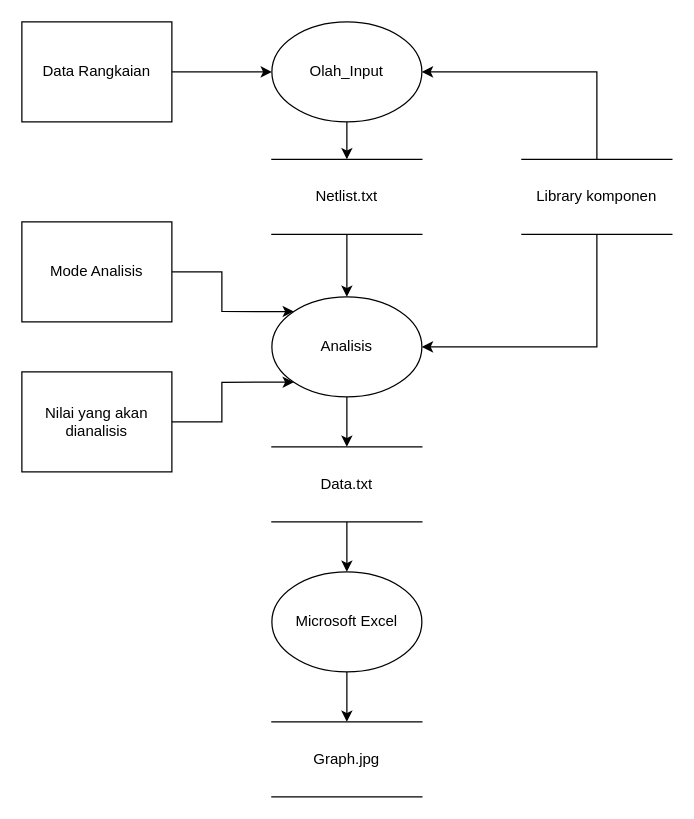
The draw.io diagram page "Level_0" (1 of 3) of Data Flow Diagram.drawio in Lucranix28/TugasBesarPMC-LTSpice, before the edit. Source tidied: cells renumbered, new cells numbered last; positions are measured from the earlier drawing's top-left corner, leaving out a move shared by most shapes. Both pictures are drawn from the tidied source at 125%, with x=0, y=0 at pixel (21, 21).
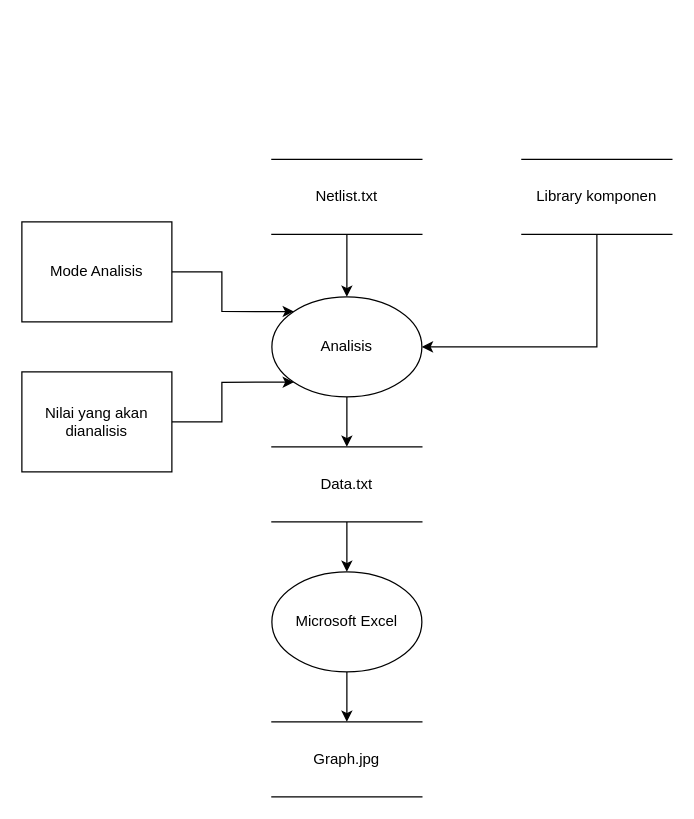
The same page after the edit.

The change refers to these unchanged cells:
```xml
<mxCell id="6" value="Netlist.txt" style="shape=partialRectangle;whiteSpace=wrap;html=1;left=0;right=0;fillColor=none;" parent="1" vertex="1">
  <mxGeometry x="200" y="110" width="120" height="60" as="geometry" />
</mxCell>
<mxCell id="21" value="Library komponen" style="shape=partialRectangle;whiteSpace=wrap;html=1;left=0;right=0;fillColor=none;" parent="1" vertex="1">
  <mxGeometry x="400" y="110" width="120" height="60" as="geometry" />
</mxCell>
```

What changed in the source:
```diff
@@
-    <mxCell id="2" style="edgeStyle=orthogonalEdgeStyle;rounded=0;jettySize=auto;html=1;exitX=1;exitY=0.5;exitDx=0;exitDy=0;entryX=0;entryY=0.5;entryDx=0;entryDy=0;" parent="1" edge="1" source="3" target="11">
-      <mxGeometry relative="1" as="geometry" />
-    </mxCell>
-    <mxCell id="3" value="Data Rangkaian" style="rounded=0;whiteSpace=wrap;html=1;" parent="1" vertex="1">
-      <mxGeometry width="120" height="80" as="geometry" />
-    </mxCell>
-    <mxCell id="4" style="edgeStyle=orthogonalEdgeStyle;rounded=0;jettySize=auto;html=1;exitX=0.5;exitY=1;exitDx=0;exitDy=0;entryX=0.5;entryY=0;entryDx=0;entryDy=0;" parent="1" edge="1" source="11" target="6">
-      <mxGeometry relative="1" as="geometry" />
-    </mxCell>
@@
-    <mxCell id="11" value="Olah_Input" style="ellipse;whiteSpace=wrap;html=1;" parent="1" vertex="1">
-      <mxGeometry x="200" width="120" height="80" as="geometry" />
-    </mxCell>
@@
-    <mxCell id="19" style="edgeStyle=orthogonalEdgeStyle;rounded=0;jettySize=auto;html=1;exitX=0.5;exitY=0;exitDx=0;exitDy=0;entryX=1;entryY=0.5;entryDx=0;entryDy=0;" parent="1" edge="1" source="21" target="11">
-      <mxGeometry relative="1" as="geometry" />
-    </mxCell>
```
